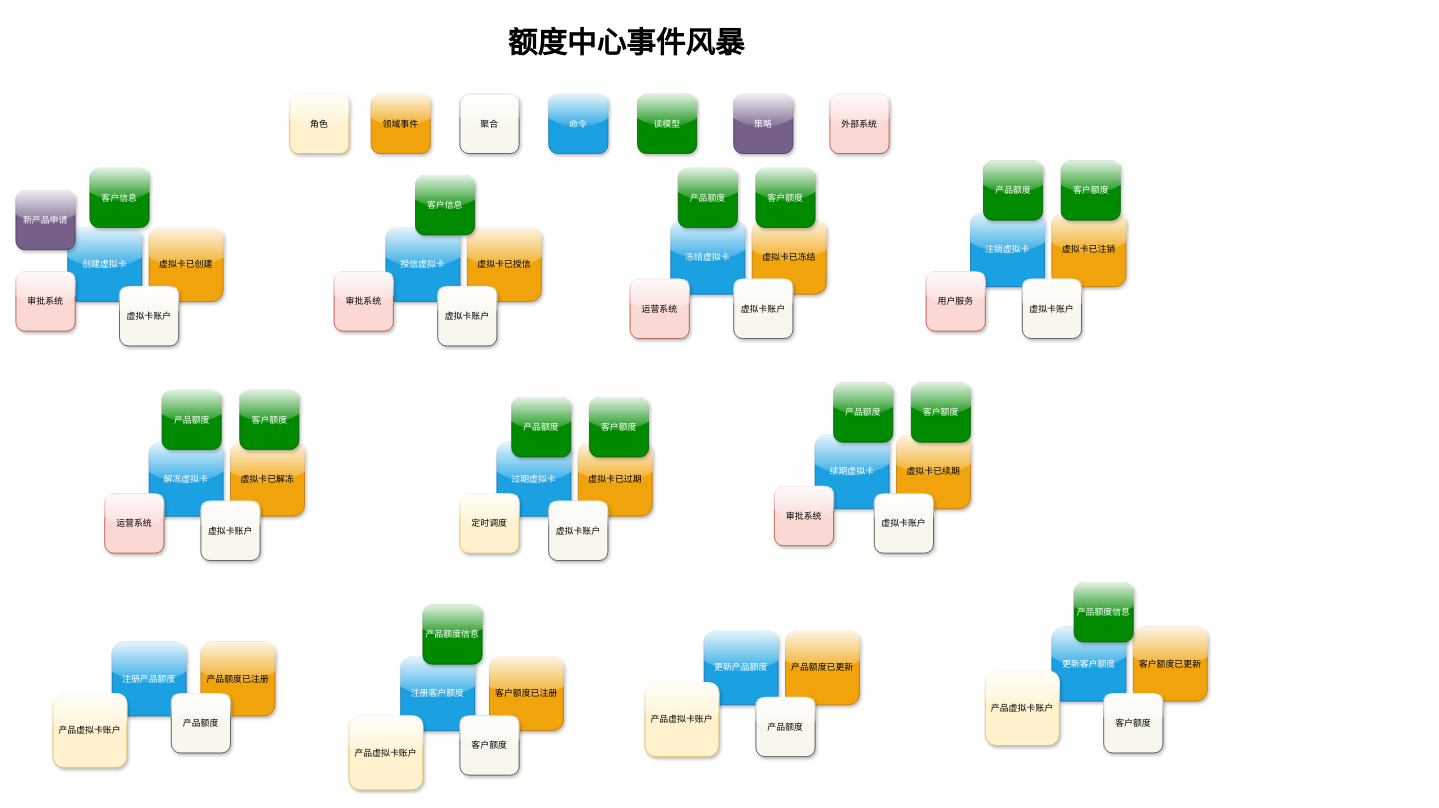
Earlier version of the draw.io diagram Event Storming.drawio (EvanLeung08/eshare-architect-doc). Source tidied: cells renumbered, new cells numbered last; positions are measured from the earlier drawing's top-left corner, leaving out a move shared by most shapes. Both pictures are drawn from the tidied source at 74%, with x=0, y=0 at pixel (16, 20).
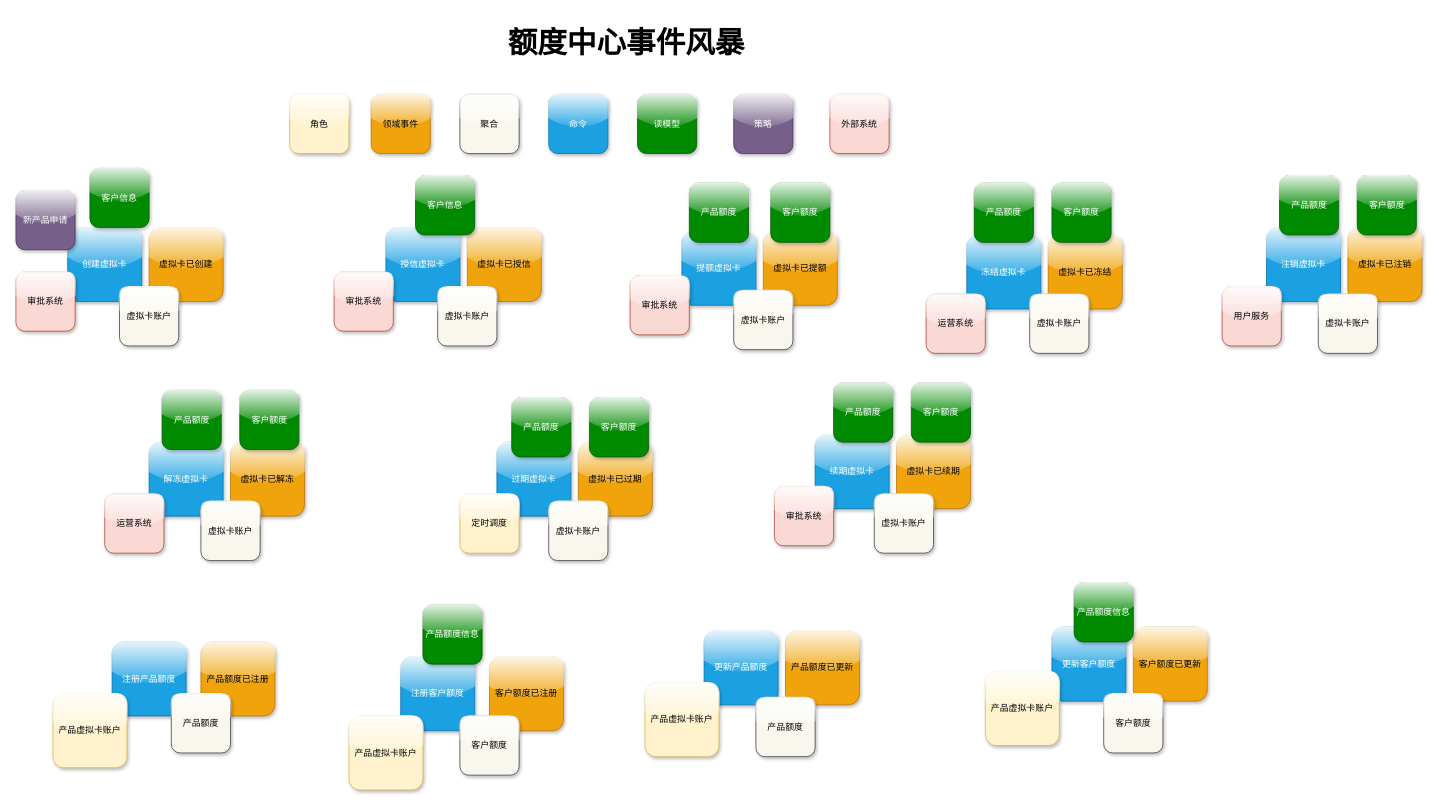
After the change.

What changed in the source:
```diff
@@
     <mxCell id="27" value="虚拟卡已冻结" style="whiteSpace=wrap;html=1;shadow=1;fillColor=#f0a30a;strokeColor=#BD7000;fontColor=#000000;glass=1;sketch=0;rounded=1;" parent="1" vertex="1">
-      <mxGeometry x="995" y="270" width="100" height="100" as="geometry" />
+      <mxGeometry x="1395" y="290" width="100" height="100" as="geometry" />
     </mxCell>
@@
     <mxCell id="29" value="虚拟卡已注销" style="whiteSpace=wrap;html=1;shadow=1;fillColor=#f0a30a;strokeColor=#BD7000;fontColor=#000000;glass=1;sketch=0;rounded=1;" parent="1" vertex="1">
-      <mxGeometry x="1400" y="260" width="100" height="100" as="geometry" />
+      <mxGeometry x="1800" y="280" width="100" height="100" as="geometry" />
     </mxCell>
@@
     <mxCell id="32" value="冻结虚拟卡" style="whiteSpace=wrap;html=1;shadow=1;fillColor=#1ba1e2;strokeColor=#006EAF;fontColor=#ffffff;glass=1;sketch=0;rounded=1;" parent="1" vertex="1">
-      <mxGeometry x="885" y="270" width="100" height="100" as="geometry" />
+      <mxGeometry x="1285" y="290" width="100" height="100" as="geometry" />
     </mxCell>
@@
     <mxCell id="34" value="注销虚拟卡" style="whiteSpace=wrap;html=1;shadow=1;fillColor=#1ba1e2;strokeColor=#006EAF;fontColor=#ffffff;glass=1;sketch=0;rounded=1;" parent="1" vertex="1">
-      <mxGeometry x="1290" y="260" width="100" height="100" as="geometry" />
+      <mxGeometry x="1690" y="280" width="100" height="100" as="geometry" />
     </mxCell>
@@
     <mxCell id="43" value="用户服务" style="whiteSpace=wrap;html=1;shadow=1;fillColor=#fad9d5;strokeColor=#ae4132;glass=1;sketch=0;rounded=1;" parent="1" vertex="1">
-      <mxGeometry x="1230" y="340" width="80" height="80" as="geometry" />
+      <mxGeometry x="1630" y="360" width="80" height="80" as="geometry" />
     </mxCell>
@@
     <mxCell id="46" value="产品额度" style="whiteSpace=wrap;html=1;shadow=1;fillColor=#008a00;strokeColor=#005700;fontColor=#ffffff;glass=1;sketch=0;rounded=1;" parent="1" vertex="1">
-      <mxGeometry x="895" y="200" width="80" height="80" as="geometry" />
+      <mxGeometry x="1295" y="220" width="80" height="80" as="geometry" />
     </mxCell>
     <mxCell id="47" value="客户额度" style="whiteSpace=wrap;html=1;shadow=1;fillColor=#008a00;strokeColor=#005700;fontColor=#ffffff;glass=1;sketch=0;rounded=1;" parent="1" vertex="1">
-      <mxGeometry x="1000" y="200" width="80" height="80" as="geometry" />
+      <mxGeometry x="1400" y="220" width="80" height="80" as="geometry" />
     </mxCell>
     <mxCell id="48" value="产品额度" style="whiteSpace=wrap;html=1;shadow=1;fillColor=#008a00;strokeColor=#005700;fontColor=#ffffff;glass=1;sketch=0;rounded=1;" parent="1" vertex="1">
-      <mxGeometry x="1307.5" y="190" width="80" height="80" as="geometry" />
+      <mxGeometry x="1707.5" y="210" width="80" height="80" as="geometry" />
     </mxCell>
     <mxCell id="49" value="客户额度" style="whiteSpace=wrap;html=1;shadow=1;fillColor=#008a00;strokeColor=#005700;fontColor=#ffffff;glass=1;sketch=0;rounded=1;" parent="1" vertex="1">
-      <mxGeometry x="1412.5" y="190" width="80" height="80" as="geometry" />
+      <mxGeometry x="1812.5" y="210" width="80" height="80" as="geometry" />
     </mxCell>
@@
     <mxCell id="57" value="运营系统" style="whiteSpace=wrap;html=1;shadow=1;fillColor=#fad9d5;strokeColor=#ae4132;glass=1;sketch=0;rounded=1;" parent="1" vertex="1">
-      <mxGeometry x="830" y="350" width="80" height="80" as="geometry" />
+      <mxGeometry x="1230" y="370" width="80" height="80" as="geometry" />
     </mxCell>
@@
     <mxCell id="63" value="虚拟卡账户" style="whiteSpace=wrap;html=1;shadow=1;fillColor=#f9f7ed;strokeColor=#36393d;glass=1;sketch=0;rounded=1;" parent="1" vertex="1">
-      <mxGeometry x="970" y="350" width="80" height="80" as="geometry" />
+      <mxGeometry x="1370" y="370" width="80" height="80" as="geometry" />
     </mxCell>
     <mxCell id="64" value="虚拟卡账户" style="whiteSpace=wrap;html=1;shadow=1;fillColor=#f9f7ed;strokeColor=#36393d;glass=1;sketch=0;rounded=1;" parent="1" vertex="1">
-      <mxGeometry x="1360" y="350" width="80" height="80" as="geometry" />
+      <mxGeometry x="1760" y="370" width="80" height="80" as="geometry" />
     </mxCell>
@@
+    <mxCell id="69" value="虚拟卡已提额" style="whiteSpace=wrap;html=1;shadow=1;fillColor=#f0a30a;strokeColor=#BD7000;fontColor=#000000;glass=1;sketch=0;rounded=1;" parent="1" vertex="1">
+      <mxGeometry x="1010" y="285" width="100" height="100" as="geometry" />
+    </mxCell>
+    <mxCell id="70" value="提额虚拟卡" style="whiteSpace=wrap;html=1;shadow=1;fillColor=#1ba1e2;strokeColor=#006EAF;fontColor=#ffffff;glass=1;sketch=0;rounded=1;" parent="1" vertex="1">
+      <mxGeometry x="900" y="285" width="100" height="100" as="geometry" />
+    </mxCell>
+    <mxCell id="71" value="审批系统" style="whiteSpace=wrap;html=1;shadow=1;fillColor=#fad9d5;strokeColor=#ae4132;glass=1;sketch=0;rounded=1;" parent="1" vertex="1">
+      <mxGeometry x="830" y="345" width="80" height="80" as="geometry" />
+    </mxCell>
+    <mxCell id="72" value="虚拟卡账户" style="whiteSpace=wrap;html=1;shadow=1;fillColor=#f9f7ed;strokeColor=#36393d;glass=1;sketch=0;rounded=1;" parent="1" vertex="1">
+      <mxGeometry x="970" y="365" width="80" height="80" as="geometry" />
+    </mxCell>
+    <mxCell id="73" value="产品额度" style="whiteSpace=wrap;html=1;shadow=1;fillColor=#008a00;strokeColor=#005700;fontColor=#ffffff;glass=1;sketch=0;rounded=1;" parent="1" vertex="1">
+      <mxGeometry x="910" y="220" width="80" height="80" as="geometry" />
+    </mxCell>
+    <mxCell id="74" value="客户额度" style="whiteSpace=wrap;html=1;shadow=1;fillColor=#008a00;strokeColor=#005700;fontColor=#ffffff;glass=1;sketch=0;rounded=1;" parent="1" vertex="1">
+      <mxGeometry x="1020" y="220" width="80" height="80" as="geometry" />
+    </mxCell>
```
